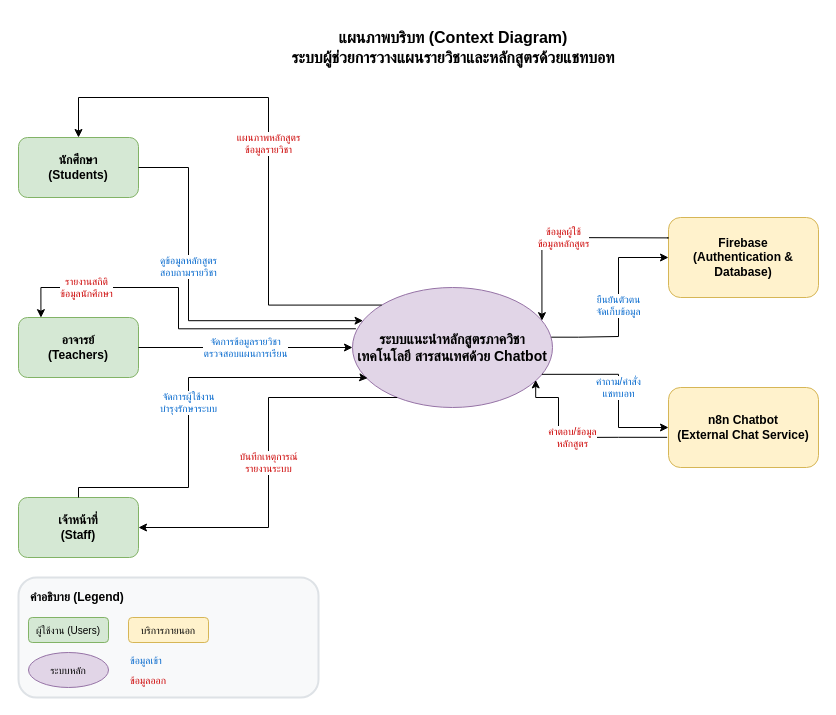
Before: diagrams/context-diagram.drawio in kainapatkmutnb/it-course-chatbot-main, a draw.io diagram. Source tidied: cells renumbered, new cells numbered last; positions are measured from the earlier drawing's top-left corner, leaving out a move shared by most shapes. Both pictures are drawn from the tidied source at 100%, with x=0, y=0 at pixel (18, 17).
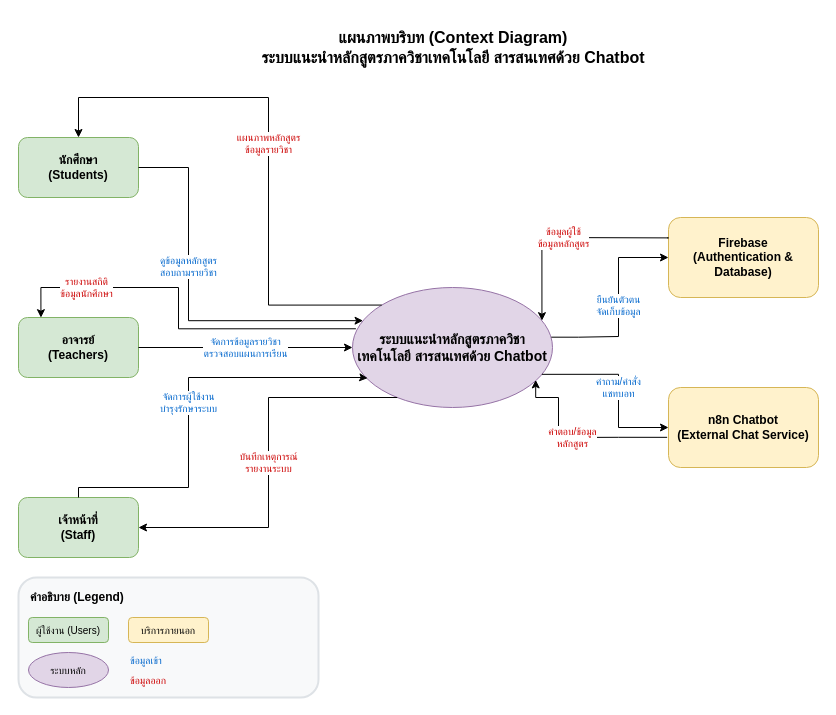
The same diagram, later.

Commit message:
docs(diagrams): update context diagram title and dimensions

Update the title to reflect the system's purpose as a course recommendation chatbot and adjust diagram dimensions for better layout

The edit, as a diff of the source:
```diff
@@
-    <mxCell id="18" value="แผนภาพบริบท (Context Diagram)&#10;ระบบผู้ช่วยการวางแผนรายวิชาและหลักสูตรด้วยแชทบอท" style="text;html=1;strokeColor=none;fillColor=none;align=center;verticalAlign=middle;whiteSpace=wrap;rounded=0;fontSize=16;fontStyle=1;" parent="1" vertex="1">
+    <mxCell id="18" value="แผนภาพบริบท (Context Diagram)&lt;br&gt;ระบบแนะนำหลักสูตรภาควิชาเทคโนโลยี สารสนเทศด้วย Chatbot" style="text;html=1;strokeColor=none;fillColor=none;align=center;verticalAlign=middle;whiteSpace=wrap;rounded=0;fontSize=16;fontStyle=1;" parent="1" vertex="1">
       <mxGeometry x="200" width="470" height="60" as="geometry" />
     </mxCell>
```
